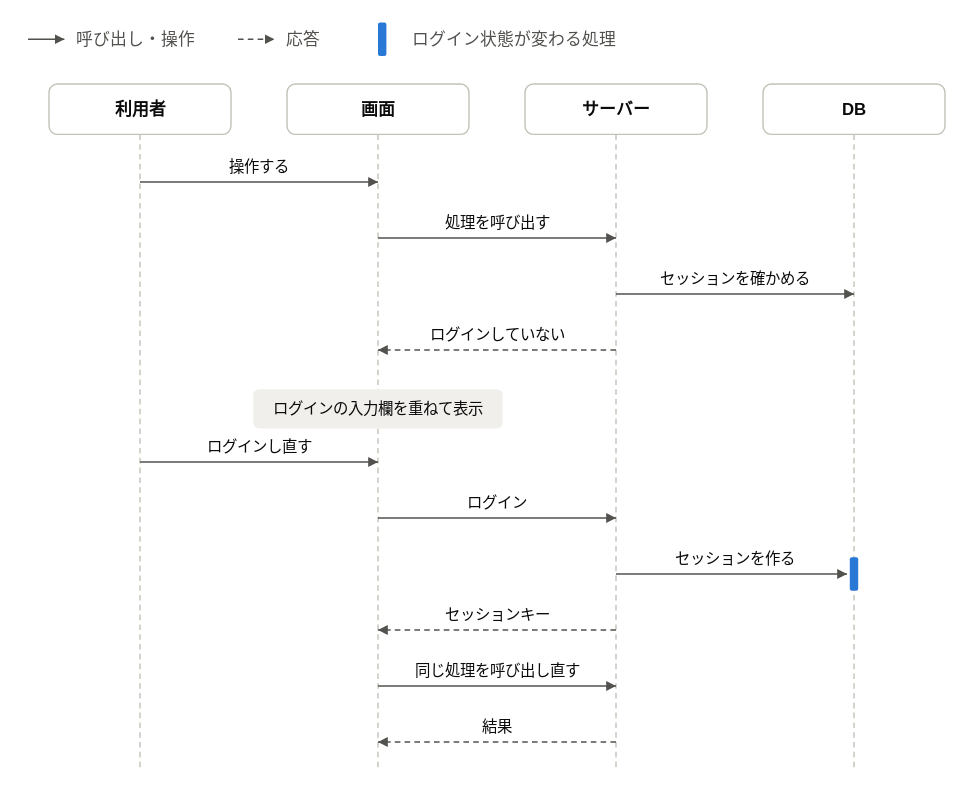
Above: demo/101_販売管理システム/標準仕様書/images/ログインの流れ_ログイン状態が切れていたとき.drawio.svg in halllky/NijoAppScaffold (draw.io), before the change. Source tidied: cells renumbered, new cells last; positions are measured from the earlier drawing's top-left corner, leaving out a move shared by most shapes.
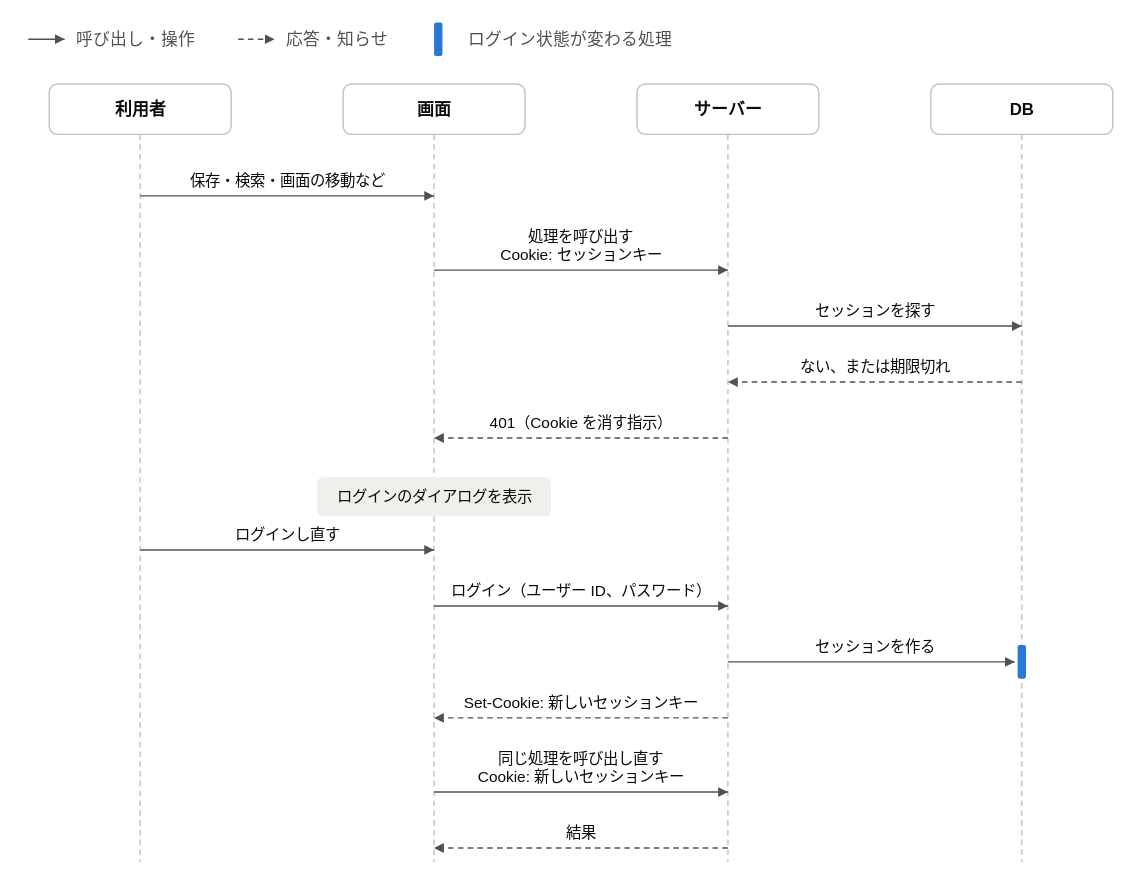
Above is the later version.

Commit message:
デモ101 標準仕様書13章の流れ図に、Cookie と localStorage による受け渡しを描き、何の図かを本文で示す

- ログインとログアウトの図に、セッションキーを Cookie で受け渡すことと、ほかのタブへ localStorage と storage イベントで知らせることを描く。localStorage を独立したレーンにする。
- ログイン状態が切れていたときの図の「操作する」を「保存・検索・画面の移動など」にし、呼び出しに Cookie が付くこと、401 で Cookie を消させること、ログインし直した後は新しいセッションキーで送り直すことを描く。
- 入力欄を重ねて表示する、という注記を「ログインのダイアログを表示」にする。
- Markdown のプレビューで何の図か分かるよう、各図の前の本文で、何の流れの図かを書く。

Claude-Session: https://claude.ai/code/session_01VmEwDMyciJ5svY5fNVQSZm

Diff of the diagram source:
```diff
@@ -4,49 +4,49 @@
     <mxCell id="1" parent="0" />
-    <mxCell id="2" style="html=1;rounded=0;endArrow=none;endFill=1;endSize=6;startArrow=none;strokeColor=#c3c2b7;strokeWidth=1;fontSize=11;fontColor=#52514e;labelBackgroundColor=#ffffff;dashed=1;dashPattern=4 3;" parent="1" edge="1">
+    <mxCell id="2" style="html=1;rounded=0;endArrow=block;endFill=1;endSize=6;startArrow=none;strokeColor=#52514e;strokeWidth=1;fontSize=11;fontColor=#52514e;labelBackgroundColor=#ffffff;" parent="1" edge="1">
       <mxGeometry relative="1" as="geometry">
-        <mxPoint x="80" y="80" as="sourcePoint" />
-        <mxPoint x="80" y="534" as="targetPoint" />
+        <mxPoint y="12" as="sourcePoint" />
+        <mxPoint x="26" y="12" as="targetPoint" />
       </mxGeometry>
     </mxCell>
-    <mxCell id="3" style="html=1;rounded=0;endArrow=none;endFill=1;endSize=6;startArrow=none;strokeColor=#c3c2b7;strokeWidth=1;fontSize=11;fontColor=#52514e;labelBackgroundColor=#ffffff;dashed=1;dashPattern=4 3;" parent="1" edge="1">
-      <mxGeometry relative="1" as="geometry">
-        <mxPoint x="250" y="80" as="sourcePoint" />
-        <mxPoint x="250" y="534" as="targetPoint" />
-      </mxGeometry>
+    <mxCell id="3" value="呼び出し・操作" style="text;html=1;align=left;verticalAlign=middle;fontSize=12;fontColor=#52514e;fontStyle=0;spacing=0;" parent="1" vertex="1">
+      <mxGeometry x="34" y="4" width="110" height="16" as="geometry" />
     </mxCell>
-    <mxCell id="4" style="html=1;rounded=0;endArrow=none;endFill=1;endSize=6;startArrow=none;strokeColor=#c3c2b7;strokeWidth=1;fontSize=11;fontColor=#52514e;labelBackgroundColor=#ffffff;dashed=1;dashPattern=4 3;" parent="1" edge="1">
+    <mxCell id="4" style="html=1;rounded=0;endArrow=block;endFill=1;endSize=6;startArrow=none;strokeColor=#52514e;strokeWidth=1;fontSize=11;fontColor=#52514e;labelBackgroundColor=#ffffff;dashed=1;dashPattern=4 3;" parent="1" edge="1">
       <mxGeometry relative="1" as="geometry">
-        <mxPoint x="420" y="80" as="sourcePoint" />
-        <mxPoint x="420" y="534" as="targetPoint" />
+        <mxPoint x="150" y="12" as="sourcePoint" />
+        <mxPoint x="176" y="12" as="targetPoint" />
       </mxGeometry>
     </mxCell>
-    <mxCell id="5" style="html=1;rounded=0;endArrow=none;endFill=1;endSize=6;startArrow=none;strokeColor=#c3c2b7;strokeWidth=1;fontSize=11;fontColor=#52514e;labelBackgroundColor=#ffffff;dashed=1;dashPattern=4 3;" parent="1" edge="1">
-      <mxGeometry relative="1" as="geometry">
-        <mxPoint x="590" y="80" as="sourcePoint" />
-        <mxPoint x="590" y="534" as="targetPoint" />
-      </mxGeometry>
+    <mxCell id="5" value="応答・知らせ" style="text;html=1;align=left;verticalAlign=middle;fontSize=12;fontColor=#52514e;fontStyle=0;spacing=0;" parent="1" vertex="1">
+      <mxGeometry x="184" y="4" width="90" height="16" as="geometry" />
     </mxCell>
-    <mxCell id="6" style="html=1;rounded=0;endArrow=block;endFill=1;endSize=6;startArrow=none;strokeColor=#52514e;strokeWidth=1;fontSize=11;fontColor=#52514e;labelBackgroundColor=#ffffff;" parent="1" edge="1">
-      <mxGeometry relative="1" as="geometry">
-        <mxPoint y="12" as="sourcePoint" />
-        <mxPoint x="26" y="12" as="targetPoint" />
-      </mxGeometry>
+    <mxCell id="6" style="rounded=1;absoluteArcSize=1;arcSize=3;html=1;fillColor=#2a78d6;strokeColor=none;strokeWidth=1;" parent="1" vertex="1">
+      <mxGeometry x="290" width="6" height="24" as="geometry" />
     </mxCell>
-    <mxCell id="7" value="呼び出し・操作" style="text;html=1;align=left;verticalAlign=middle;fontSize=12;fontColor=#52514e;fontStyle=0;spacing=0;" parent="1" vertex="1">
-      <mxGeometry x="34" y="4" width="110" height="16" as="geometry" />
+    <mxCell id="7" value="ログイン状態が変わる処理" style="text;html=1;align=left;verticalAlign=middle;fontSize=12;fontColor=#52514e;fontStyle=0;spacing=0;" parent="1" vertex="1">
+      <mxGeometry x="314" y="4" width="240" height="16" as="geometry" />
     </mxCell>
-    <mxCell id="8" style="html=1;rounded=0;endArrow=block;endFill=1;endSize=6;startArrow=none;strokeColor=#52514e;strokeWidth=1;fontSize=11;fontColor=#52514e;labelBackgroundColor=#ffffff;dashed=1;dashPattern=4 3;" parent="1" edge="1">
+    <mxCell id="8" style="html=1;rounded=0;endArrow=none;endFill=1;endSize=6;startArrow=none;strokeColor=#c3c2b7;strokeWidth=1;fontSize=11;fontColor=#52514e;labelBackgroundColor=#ffffff;dashed=1;dashPattern=4 3;" parent="1" edge="1">
       <mxGeometry relative="1" as="geometry">
-        <mxPoint x="150" y="12" as="sourcePoint" />
-        <mxPoint x="176" y="12" as="targetPoint" />
+        <mxPoint x="80" y="80" as="sourcePoint" />
+        <mxPoint x="80" y="600" as="targetPoint" />
       </mxGeometry>
     </mxCell>
-    <mxCell id="9" value="応答" style="text;html=1;align=left;verticalAlign=middle;fontSize=12;fontColor=#52514e;fontStyle=0;spacing=0;" parent="1" vertex="1">
-      <mxGeometry x="184" y="4" width="40" height="16" as="geometry" />
+    <mxCell id="9" style="html=1;rounded=0;endArrow=none;endFill=1;endSize=6;startArrow=none;strokeColor=#c3c2b7;strokeWidth=1;fontSize=11;fontColor=#52514e;labelBackgroundColor=#ffffff;dashed=1;dashPattern=4 3;" parent="1" edge="1">
+      <mxGeometry relative="1" as="geometry">
+        <mxPoint x="290" y="80" as="sourcePoint" />
+        <mxPoint x="290" y="600" as="targetPoint" />
+      </mxGeometry>
     </mxCell>
-    <mxCell id="10" style="rounded=1;absoluteArcSize=1;arcSize=3;html=1;fillColor=#2a78d6;strokeColor=none;strokeWidth=1;" parent="1" vertex="1">
-      <mxGeometry x="250" width="6" height="24" as="geometry" />
+    <mxCell id="10" style="html=1;rounded=0;endArrow=none;endFill=1;endSize=6;startArrow=none;strokeColor=#c3c2b7;strokeWidth=1;fontSize=11;fontColor=#52514e;labelBackgroundColor=#ffffff;dashed=1;dashPattern=4 3;" parent="1" edge="1">
+      <mxGeometry relative="1" as="geometry">
+        <mxPoint x="500" y="80" as="sourcePoint" />
+        <mxPoint x="500" y="600" as="targetPoint" />
+      </mxGeometry>
     </mxCell>
-    <mxCell id="11" value="ログイン状態が変わる処理" style="text;html=1;align=left;verticalAlign=middle;fontSize=12;fontColor=#52514e;fontStyle=0;spacing=0;" parent="1" vertex="1">
-      <mxGeometry x="274" y="4" width="240" height="16" as="geometry" />
+    <mxCell id="11" style="html=1;rounded=0;endArrow=none;endFill=1;endSize=6;startArrow=none;strokeColor=#c3c2b7;strokeWidth=1;fontSize=11;fontColor=#52514e;labelBackgroundColor=#ffffff;dashed=1;dashPattern=4 3;" parent="1" edge="1">
+      <mxGeometry relative="1" as="geometry">
+        <mxPoint x="710" y="80" as="sourcePoint" />
+        <mxPoint x="710" y="600" as="targetPoint" />
+      </mxGeometry>
     </mxCell>
@@ -59,18 +59,18 @@
     <mxCell id="14" style="rounded=1;absoluteArcSize=1;arcSize=12;html=1;fillColor=#ffffff;strokeColor=#c3c2b7;strokeWidth=1;" parent="1" vertex="1">
-      <mxGeometry x="185" y="44" width="130" height="36" as="geometry" />
+      <mxGeometry x="225" y="44" width="130" height="36" as="geometry" />
     </mxCell>
     <mxCell id="15" value="&lt;b&gt;画面&lt;/b&gt;" style="text;html=1;align=center;verticalAlign=middle;fontSize=12;fontColor=#0b0b0b;fontStyle=0;spacing=0;" parent="1" vertex="1">
-      <mxGeometry x="185" y="44" width="130" height="36" as="geometry" />
+      <mxGeometry x="225" y="44" width="130" height="36" as="geometry" />
     </mxCell>
     <mxCell id="16" style="rounded=1;absoluteArcSize=1;arcSize=12;html=1;fillColor=#ffffff;strokeColor=#c3c2b7;strokeWidth=1;" parent="1" vertex="1">
-      <mxGeometry x="355" y="44" width="130" height="36" as="geometry" />
+      <mxGeometry x="435" y="44" width="130" height="36" as="geometry" />
     </mxCell>
     <mxCell id="17" value="&lt;b&gt;サーバー&lt;/b&gt;" style="text;html=1;align=center;verticalAlign=middle;fontSize=12;fontColor=#0b0b0b;fontStyle=0;spacing=0;" parent="1" vertex="1">
-      <mxGeometry x="355" y="44" width="130" height="36" as="geometry" />
+      <mxGeometry x="435" y="44" width="130" height="36" as="geometry" />
     </mxCell>
     <mxCell id="18" style="rounded=1;absoluteArcSize=1;arcSize=12;html=1;fillColor=#ffffff;strokeColor=#c3c2b7;strokeWidth=1;" parent="1" vertex="1">
-      <mxGeometry x="525" y="44" width="130" height="36" as="geometry" />
+      <mxGeometry x="645" y="44" width="130" height="36" as="geometry" />
     </mxCell>
     <mxCell id="19" value="&lt;b&gt;DB&lt;/b&gt;" style="text;html=1;align=center;verticalAlign=middle;fontSize=12;fontColor=#0b0b0b;fontStyle=0;spacing=0;" parent="1" vertex="1">
-      <mxGeometry x="525" y="44" width="130" height="36" as="geometry" />
+      <mxGeometry x="645" y="44" width="130" height="36" as="geometry" />
     </mxCell>
@@ -78,8 +78,8 @@
       <mxGeometry relative="1" as="geometry">
-        <mxPoint x="80" y="114" as="sourcePoint" />
-        <mxPoint x="250" y="114" as="targetPoint" />
+        <mxPoint x="80" y="124" as="sourcePoint" />
+        <mxPoint x="290" y="124" as="targetPoint" />
       </mxGeometry>
     </mxCell>
-    <mxCell id="21" value="操作する" style="text;html=1;align=center;verticalAlign=middle;fontSize=11;fontColor=#0b0b0b;fontStyle=0;spacing=0;" parent="1" vertex="1">
-      <mxGeometry x="80" y="95" width="170" height="16" as="geometry" />
+    <mxCell id="21" value="保存・検索・画面の移動など" style="text;html=1;align=center;verticalAlign=middle;fontSize=11;fontColor=#0b0b0b;fontStyle=0;spacing=0;" parent="1" vertex="1">
+      <mxGeometry x="80" y="105" width="210" height="13" as="geometry" />
     </mxCell>
@@ -87,8 +87,8 @@
       <mxGeometry relative="1" as="geometry">
-        <mxPoint x="250" y="154" as="sourcePoint" />
-        <mxPoint x="420" y="154" as="targetPoint" />
+        <mxPoint x="290" y="177" as="sourcePoint" />
+        <mxPoint x="500" y="177" as="targetPoint" />
       </mxGeometry>
     </mxCell>
-    <mxCell id="23" value="処理を呼び出す" style="text;html=1;align=center;verticalAlign=middle;fontSize=11;fontColor=#0b0b0b;fontStyle=0;spacing=0;" parent="1" vertex="1">
-      <mxGeometry x="250" y="135" width="170" height="16" as="geometry" />
+    <mxCell id="23" value="処理を呼び出す&lt;br&gt;Cookie: セッションキー" style="text;html=1;align=center;verticalAlign=middle;fontSize=11;fontColor=#0b0b0b;fontStyle=0;spacing=0;" parent="1" vertex="1">
+      <mxGeometry x="290" y="145" width="210" height="26" as="geometry" />
     </mxCell>
@@ -96,8 +96,8 @@
       <mxGeometry relative="1" as="geometry">
-        <mxPoint x="420" y="194" as="sourcePoint" />
-        <mxPoint x="590" y="194" as="targetPoint" />
+        <mxPoint x="500" y="217" as="sourcePoint" />
+        <mxPoint x="710" y="217" as="targetPoint" />
       </mxGeometry>
     </mxCell>
-    <mxCell id="25" value="セッションを確かめる" style="text;html=1;align=center;verticalAlign=middle;fontSize=11;fontColor=#0b0b0b;fontStyle=0;spacing=0;" parent="1" vertex="1">
-      <mxGeometry x="420" y="175" width="170" height="16" as="geometry" />
+    <mxCell id="25" value="セッションを探す" style="text;html=1;align=center;verticalAlign=middle;fontSize=11;fontColor=#0b0b0b;fontStyle=0;spacing=0;" parent="1" vertex="1">
+      <mxGeometry x="500" y="198" width="210" height="13" as="geometry" />
     </mxCell>
@@ -105,23 +105,23 @@
       <mxGeometry relative="1" as="geometry">
-        <mxPoint x="420" y="234" as="sourcePoint" />
-        <mxPoint x="250" y="234" as="targetPoint" />
+        <mxPoint x="710" y="257" as="sourcePoint" />
+        <mxPoint x="500" y="257" as="targetPoint" />
       </mxGeometry>
     </mxCell>
-    <mxCell id="27" value="ログインしていない" style="text;html=1;align=center;verticalAlign=middle;fontSize=11;fontColor=#0b0b0b;fontStyle=0;spacing=0;" parent="1" vertex="1">
-      <mxGeometry x="250" y="215" width="170" height="16" as="geometry" />
+    <mxCell id="27" value="ない、または期限切れ" style="text;html=1;align=center;verticalAlign=middle;fontSize=11;fontColor=#0b0b0b;fontStyle=0;spacing=0;" parent="1" vertex="1">
+      <mxGeometry x="500" y="238" width="210" height="13" as="geometry" />
     </mxCell>
-    <mxCell id="28" style="rounded=1;absoluteArcSize=1;arcSize=8;html=1;fillColor=#f0efec;strokeColor=none;strokeWidth=1;" parent="1" vertex="1">
-      <mxGeometry x="161" y="262" width="178" height="28" as="geometry" />
+    <mxCell id="28" style="html=1;rounded=0;endArrow=block;endFill=1;endSize=6;startArrow=none;strokeColor=#52514e;strokeWidth=1;fontSize=11;fontColor=#52514e;labelBackgroundColor=#ffffff;dashed=1;dashPattern=4 3;" parent="1" edge="1">
+      <mxGeometry relative="1" as="geometry">
+        <mxPoint x="500" y="297" as="sourcePoint" />
+        <mxPoint x="290" y="297" as="targetPoint" />
+      </mxGeometry>
     </mxCell>
-    <mxCell id="29" value="ログインの入力欄を重ねて表示" style="text;html=1;align=center;verticalAlign=middle;fontSize=11;fontColor=#0b0b0b;fontStyle=0;spacing=0;" parent="1" vertex="1">
-      <mxGeometry x="165" y="262" width="170" height="28" as="geometry" />
+    <mxCell id="29" value="401（Cookie を消す指示）" style="text;html=1;align=center;verticalAlign=middle;fontSize=11;fontColor=#0b0b0b;fontStyle=0;spacing=0;" parent="1" vertex="1">
+      <mxGeometry x="290" y="278" width="210" height="13" as="geometry" />
     </mxCell>
-    <mxCell id="30" style="html=1;rounded=0;endArrow=block;endFill=1;endSize=6;startArrow=none;strokeColor=#52514e;strokeWidth=1;fontSize=11;fontColor=#52514e;labelBackgroundColor=#ffffff;" parent="1" edge="1">
-      <mxGeometry relative="1" as="geometry">
-        <mxPoint x="80" y="314" as="sourcePoint" />
-        <mxPoint x="250" y="314" as="targetPoint" />
-      </mxGeometry>
+    <mxCell id="30" style="rounded=1;absoluteArcSize=1;arcSize=8;html=1;fillColor=#f0efec;strokeColor=none;strokeWidth=1;" parent="1" vertex="1">
+      <mxGeometry x="206.5" y="325" width="167" height="28" as="geometry" />
     </mxCell>
-    <mxCell id="31" value="ログインし直す" style="text;html=1;align=center;verticalAlign=middle;fontSize=11;fontColor=#0b0b0b;fontStyle=0;spacing=0;" parent="1" vertex="1">
-      <mxGeometry x="80" y="295" width="170" height="16" as="geometry" />
+    <mxCell id="31" value="ログインのダイアログを表示" style="text;html=1;align=center;verticalAlign=middle;fontSize=11;fontColor=#0b0b0b;fontStyle=0;spacing=0;" parent="1" vertex="1">
+      <mxGeometry x="210.5" y="325" width="159" height="28" as="geometry" />
     </mxCell>
@@ -129,8 +129,8 @@
       <mxGeometry relative="1" as="geometry">
-        <mxPoint x="250" y="354" as="sourcePoint" />
-        <mxPoint x="420" y="354" as="targetPoint" />
+        <mxPoint x="80" y="377" as="sourcePoint" />
+        <mxPoint x="290" y="377" as="targetPoint" />
       </mxGeometry>
     </mxCell>
-    <mxCell id="33" value="ログイン" style="text;html=1;align=center;verticalAlign=middle;fontSize=11;fontColor=#0b0b0b;fontStyle=0;spacing=0;" parent="1" vertex="1">
-      <mxGeometry x="250" y="335" width="170" height="16" as="geometry" />
+    <mxCell id="33" value="ログインし直す" style="text;html=1;align=center;verticalAlign=middle;fontSize=11;fontColor=#0b0b0b;fontStyle=0;spacing=0;" parent="1" vertex="1">
+      <mxGeometry x="80" y="358" width="210" height="13" as="geometry" />
     </mxCell>
@@ -138,39 +138,48 @@
       <mxGeometry relative="1" as="geometry">
-        <mxPoint x="420" y="394" as="sourcePoint" />
-        <mxPoint x="585" y="394" as="targetPoint" />
+        <mxPoint x="290" y="417" as="sourcePoint" />
+        <mxPoint x="500" y="417" as="targetPoint" />
       </mxGeometry>
     </mxCell>
-    <mxCell id="35" style="rounded=1;absoluteArcSize=1;arcSize=3;html=1;fillColor=#2a78d6;strokeColor=none;strokeWidth=1;" parent="1" vertex="1">
-      <mxGeometry x="587" y="382" width="6" height="24" as="geometry" />
+    <mxCell id="35" value="ログイン（ユーザー ID、パスワード）" style="text;html=1;align=center;verticalAlign=middle;fontSize=11;fontColor=#0b0b0b;fontStyle=0;spacing=0;" parent="1" vertex="1">
+      <mxGeometry x="290" y="398" width="210" height="13" as="geometry" />
     </mxCell>
-    <mxCell id="36" value="セッションを作る" style="text;html=1;align=center;verticalAlign=middle;fontSize=11;fontColor=#0b0b0b;fontStyle=0;spacing=0;" parent="1" vertex="1">
-      <mxGeometry x="420" y="375" width="170" height="16" as="geometry" />
+    <mxCell id="36" style="html=1;rounded=0;endArrow=block;endFill=1;endSize=6;startArrow=none;strokeColor=#52514e;strokeWidth=1;fontSize=11;fontColor=#52514e;labelBackgroundColor=#ffffff;" parent="1" edge="1">
+      <mxGeometry relative="1" as="geometry">
+        <mxPoint x="500" y="457" as="sourcePoint" />
+        <mxPoint x="705" y="457" as="targetPoint" />
+      </mxGeometry>
     </mxCell>
-    <mxCell id="37" style="html=1;rounded=0;endArrow=block;endFill=1;endSize=6;startArrow=none;strokeColor=#52514e;strokeWidth=1;fontSize=11;fontColor=#52514e;labelBackgroundColor=#ffffff;dashed=1;dashPattern=4 3;" parent="1" edge="1">
-      <mxGeometry relative="1" as="geometry">
-        <mxPoint x="420" y="434" as="sourcePoint" />
-        <mxPoint x="250" y="434" as="targetPoint" />
-      </mxGeometry>
+    <mxCell id="37" style="rounded=1;absoluteArcSize=1;arcSize=3;html=1;fillColor=#2a78d6;strokeColor=none;strokeWidth=1;" parent="1" vertex="1">
+      <mxGeometry x="707" y="445" width="6" height="24" as="geometry" />
     </mxCell>
-    <mxCell id="38" value="セッションキー" style="text;html=1;align=center;verticalAlign=middle;fontSize=11;fontColor=#0b0b0b;fontStyle=0;spacing=0;" parent="1" vertex="1">
-      <mxGeometry x="250" y="415" width="170" height="16" as="geometry" />
+    <mxCell id="38" value="セッションを作る" style="text;html=1;align=center;verticalAlign=middle;fontSize=11;fontColor=#0b0b0b;fontStyle=0;spacing=0;" parent="1" vertex="1">
+      <mxGeometry x="500" y="438" width="210" height="13" as="geometry" />
     </mxCell>
-    <mxCell id="39" style="html=1;rounded=0;endArrow=block;endFill=1;endSize=6;startArrow=none;strokeColor=#52514e;strokeWidth=1;fontSize=11;fontColor=#52514e;labelBackgroundColor=#ffffff;" parent="1" edge="1">
+    <mxCell id="39" style="html=1;rounded=0;endArrow=block;endFill=1;endSize=6;startArrow=none;strokeColor=#52514e;strokeWidth=1;fontSize=11;fontColor=#52514e;labelBackgroundColor=#ffffff;dashed=1;dashPattern=4 3;" parent="1" edge="1">
       <mxGeometry relative="1" as="geometry">
-        <mxPoint x="250" y="474" as="sourcePoint" />
-        <mxPoint x="420" y="474" as="targetPoint" />
+        <mxPoint x="500" y="497" as="sourcePoint" />
+        <mxPoint x="290" y="497" as="targetPoint" />
       </mxGeometry>
     </mxCell>
-    <mxCell id="40" value="同じ処理を呼び出し直す" style="text;html=1;align=center;verticalAlign=middle;fontSize=11;fontColor=#0b0b0b;fontStyle=0;spacing=0;" parent="1" vertex="1">
-      <mxGeometry x="250" y="455" width="170" height="16" as="geometry" />
+    <mxCell id="40" value="Set-Cookie: 新しいセッションキー" style="text;html=1;align=center;verticalAlign=middle;fontSize=11;fontColor=#0b0b0b;fontStyle=0;spacing=0;" parent="1" vertex="1">
+      <mxGeometry x="290" y="478" width="210" height="13" as="geometry" />
     </mxCell>
-    <mxCell id="41" style="html=1;rounded=0;endArrow=block;endFill=1;endSize=6;startArrow=none;strokeColor=#52514e;strokeWidth=1;fontSize=11;fontColor=#52514e;labelBackgroundColor=#ffffff;dashed=1;dashPattern=4 3;" parent="1" edge="1">
+    <mxCell id="41" style="html=1;rounded=0;endArrow=block;endFill=1;endSize=6;startArrow=none;strokeColor=#52514e;strokeWidth=1;fontSize=11;fontColor=#52514e;labelBackgroundColor=#ffffff;" parent="1" edge="1">
       <mxGeometry relative="1" as="geometry">
-        <mxPoint x="420" y="514" as="sourcePoint" />
-        <mxPoint x="250" y="514" as="targetPoint" />
+        <mxPoint x="290" y="550" as="sourcePoint" />
+        <mxPoint x="500" y="550" as="targetPoint" />
       </mxGeometry>
     </mxCell>
-    <mxCell id="42" value="結果" style="text;html=1;align=center;verticalAlign=middle;fontSize=11;fontColor=#0b0b0b;fontStyle=0;spacing=0;" parent="1" vertex="1">
-      <mxGeometry x="250" y="495" width="170" height="16" as="geometry" />
+    <mxCell id="42" value="同じ処理を呼び出し直す&lt;br&gt;Cookie: 新しいセッションキー" style="text;html=1;align=center;verticalAlign=middle;fontSize=11;fontColor=#0b0b0b;fontStyle=0;spacing=0;" parent="1" vertex="1">
+      <mxGeometry x="290" y="518" width="210" height="26" as="geometry" />
     </mxCell>
+    <mxCell id="43" style="html=1;rounded=0;endArrow=block;endFill=1;endSize=6;startArrow=none;strokeColor=#52514e;strokeWidth=1;fontSize=11;fontColor=#52514e;labelBackgroundColor=#ffffff;dashed=1;dashPattern=4 3;" parent="1" edge="1">
+      <mxGeometry relative="1" as="geometry">
+        <mxPoint x="500" y="590" as="sourcePoint" />
+        <mxPoint x="290" y="590" as="targetPoint" />
+      </mxGeometry>
+    </mxCell>
+    <mxCell id="44" value="結果" style="text;html=1;align=center;verticalAlign=middle;fontSize=11;fontColor=#0b0b0b;fontStyle=0;spacing=0;" parent="1" vertex="1">
+      <mxGeometry x="290" y="571" width="210" height="13" as="geometry" />
+    </mxCell>
   </root>
```
